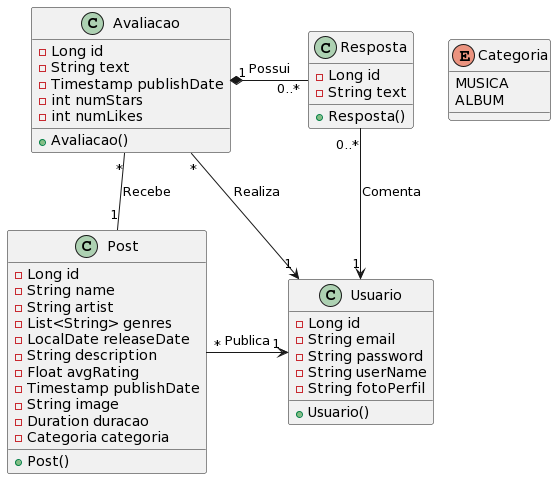
Before: uml.png, a diagram exported from PlantUML (thcastilho/devweb).
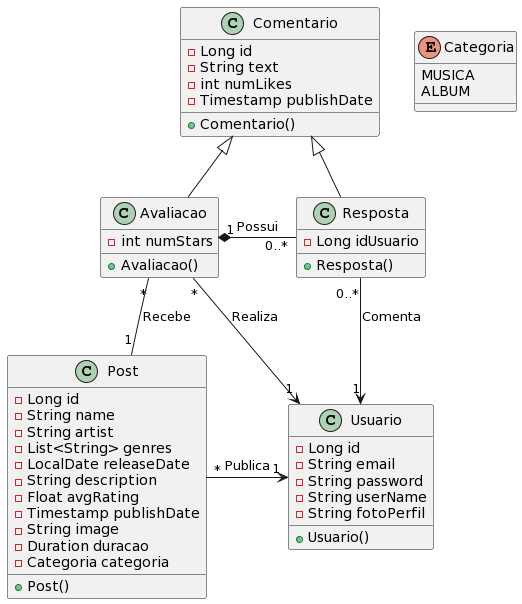
The same diagram one commit later.

Diff of the diagram source:
```diff
@@ -24,18 +24,21 @@
 }
 
 class Avaliacao {
-  - Long id
-  - String text
-  - Timestamp publishDate
   - int numStars
-  - int numLikes
   + Avaliacao()
 }
 
 class Resposta {
+  - Long idUsuario
+  + Resposta()
+}
+
+class Comentario {
   - Long id
   - String text
-  + Resposta()
+  - int numLikes
+  - Timestamp publishDate
+  + Comentario()
 }
 
 enum Categoria {
@@ -49,5 +52,8 @@
 
 Post "1" -up- "*" Avaliacao : Recebe
 
+Comentario <|-down- Avaliacao
+Comentario <|-down- Resposta
+
 Avaliacao "1" *-right- "0..*" Resposta : Possui
 @enduml
```
